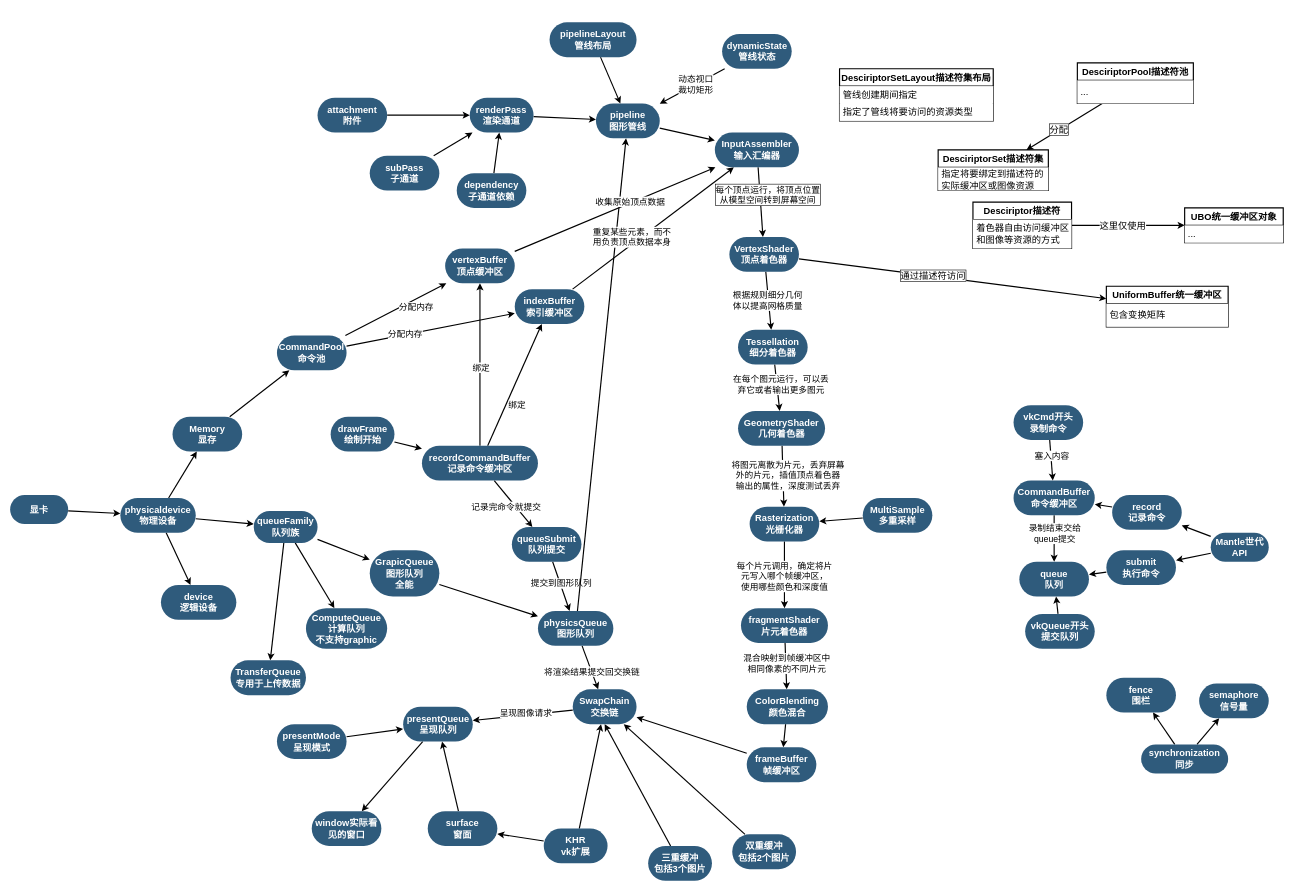
The draw.io diagram LearningVulkan/LearningVulkan/vulkan.drawio in unphics/vulkan_tutorial_note, before the edit. Source tidied: cells renumbered, new cells numbered last; positions are measured from the earlier drawing's top-left corner, leaving out a move shared by most shapes. Both pictures are drawn from the tidied source at 58%, with x=0, y=0 at pixel (10, 22).
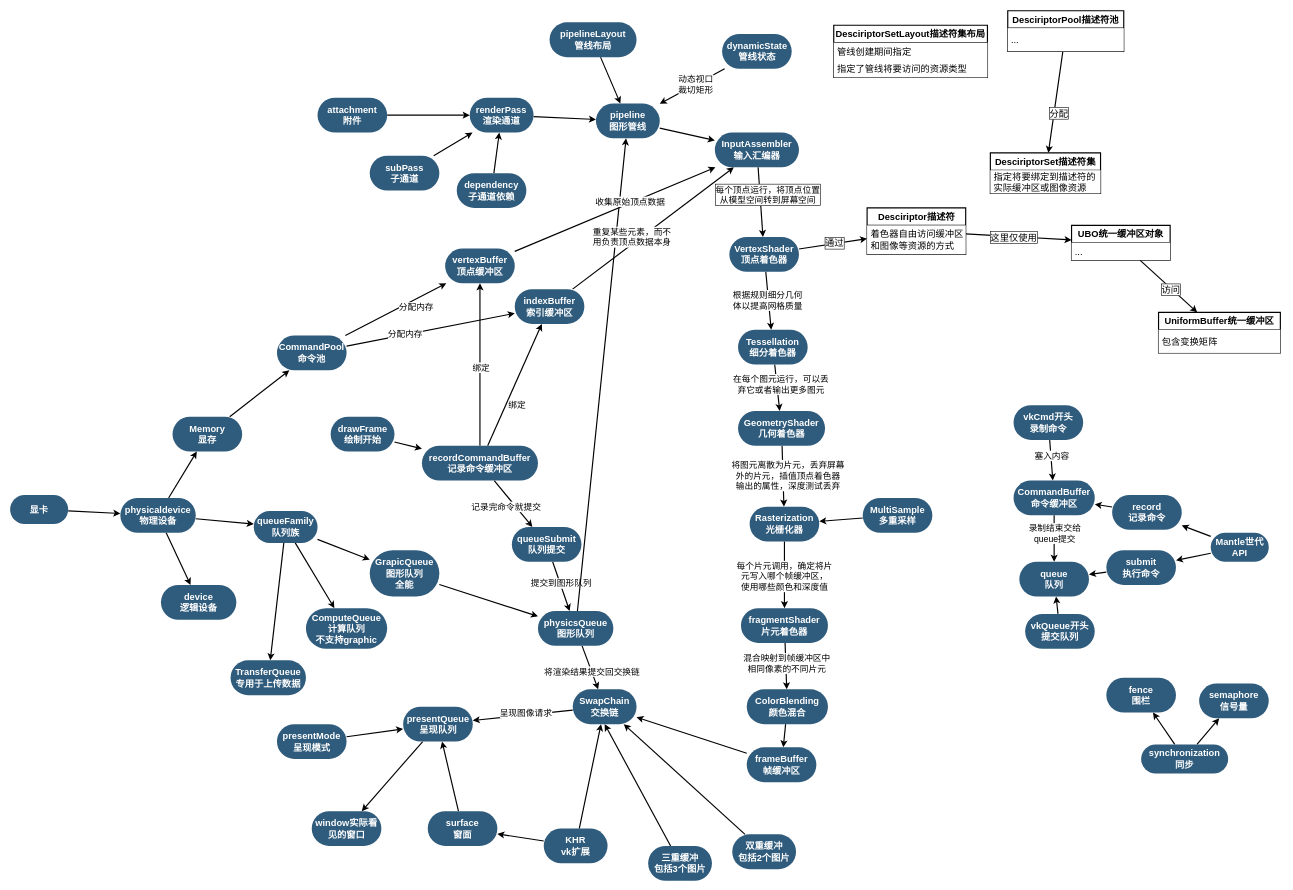
After the change.

The change refers to these unchanged cells:
```xml
<mxCell id="101" value="VertexShader顶点着色器" style="whiteSpace=wrap;html=1;fontSize=16;fillColor=#2F5B7C;strokeColor=none;fontColor=#FFFFFF;rounded=1;shadow=0;labelBackgroundColor=none;strokeWidth=3;fontStyle=1;spacing=5;arcSize=50;" parent="1" vertex="1">
  <mxGeometry x="1240" y="370" width="120" height="60" as="geometry" />
</mxCell>
<mxCell id="125" style="edgeStyle=none;rounded=0;jettySize=auto;html=1;strokeWidth=2;fontSize=16;fontColor=#000000;" parent="1" edge="1" source="127" target="140">
  <mxGeometry relative="1" as="geometry" />
</mxCell>
```

Change to the diagram source:
```diff
@@
-    <mxCell id="99" style="edgeStyle=none;rounded=0;jettySize=auto;html=1;strokeWidth=2;fontSize=16;fontColor=#FFFFFF;" parent="1" edge="1" source="101" target="129">
-      <mxGeometry relative="1" as="geometry" />
-    </mxCell>
-    <mxCell id="100" value="&lt;font style=&quot;&quot;&gt;通过描述符访问&lt;/font&gt;" style="edgeLabel;html=1;align=center;verticalAlign=middle;fontSize=16;fontColor=#000000;labelBorderColor=default;spacingTop=0;spacing=5;labelBackgroundColor=#FFFFFF;horizontal=1;" parent="99" vertex="1">
-      <mxGeometry x="-0.13" y="1" relative="1" as="geometry" />
-    </mxCell>
+    <mxCell id="142" style="rounded=0;jettySize=auto;html=1;strokeWidth=2;" parent="1" edge="1" source="101" target="127">
+      <mxGeometry relative="1" as="geometry" />
+    </mxCell>
+    <mxCell id="143" value="通过" style="edgeLabel;html=1;align=center;verticalAlign=middle;fontSize=16;labelBorderColor=default;" parent="142" vertex="1">
+      <mxGeometry x="0.28" y="-1" relative="1" as="geometry">
+        <mxPoint x="-15" as="offset" />
+      </mxGeometry>
+    </mxCell>
@@
-    <mxCell id="126" value="这里仅使用" style="edgeLabel;html=1;align=center;verticalAlign=middle;fontSize=16;fontColor=#000000;" parent="125" vertex="1">
+    <mxCell id="126" value="这里仅使用" style="edgeLabel;html=1;align=center;verticalAlign=middle;fontSize=16;fontColor=#000000;labelBorderColor=default;" parent="125" vertex="1">
       <mxGeometry x="0.23" y="1" relative="1" as="geometry">
-        <mxPoint x="-33" y="1" as="offset" />
+        <mxPoint x="-30" as="offset" />
       </mxGeometry>
     </mxCell>
     <mxCell id="127" value="&lt;font color=&quot;#000000&quot;&gt;Desciriptor描述符&lt;/font&gt;" style="swimlane;fontStyle=1;horizontal=1;startSize=30;rounded=0;shadow=0;glass=0;sketch=0;strokeWidth=2;fillColor=#FFFFFF;fontColor=#FFFFFF;fontSize=16;html=1;whiteSpace=wrap;" parent="1" vertex="1">
-      <mxGeometry x="1660" y="310" width="170" height="80" as="geometry" />
+      <mxGeometry x="1477.5" y="320" width="170" height="80" as="geometry" />
     </mxCell>
@@
     <mxCell id="129" value="&lt;font color=&quot;#000000&quot;&gt;UniformBuffer统一缓冲区&lt;/font&gt;" style="swimlane;fontStyle=1;horizontal=1;startSize=30;rounded=0;shadow=0;glass=0;sketch=0;strokeWidth=2;fillColor=#FFFFFF;fontColor=#FFFFFF;fontSize=16;html=1;whiteSpace=wrap;" parent="1" vertex="1">
-      <mxGeometry x="1890" y="455" width="210" height="70" as="geometry" />
+      <mxGeometry x="1980" y="500" width="210" height="70" as="geometry" />
     </mxCell>
@@
     <mxCell id="131" value="&lt;font color=&quot;#000000&quot;&gt;DesciriptorSetLayout描述符集布局&lt;/font&gt;" style="swimlane;fontStyle=1;horizontal=1;startSize=30;rounded=0;shadow=0;glass=0;sketch=0;strokeWidth=2;fillColor=#FFFFFF;fontColor=#FFFFFF;fontSize=16;html=1;whiteSpace=wrap;" parent="1" vertex="1">
-      <mxGeometry x="1430" y="80" width="265" height="90" as="geometry" />
+      <mxGeometry x="1420" y="5" width="265" height="90" as="geometry" />
     </mxCell>
@@
     <mxCell id="136" value="&lt;font color=&quot;#000000&quot;&gt;DesciriptorPool描述符池&lt;/font&gt;" style="swimlane;fontStyle=1;horizontal=1;startSize=30;rounded=0;shadow=0;glass=0;sketch=0;strokeWidth=2;fillColor=#FFFFFF;fontColor=#FFFFFF;fontSize=16;html=1;whiteSpace=wrap;" parent="1" vertex="1">
-      <mxGeometry x="1840" y="70" width="200" height="70" as="geometry" />
+      <mxGeometry x="1720" y="-20" width="200" height="70" as="geometry" />
     </mxCell>
@@
     <mxCell id="138" value="&lt;font color=&quot;#000000&quot;&gt;DesciriptorSet描述符集&lt;/font&gt;" style="swimlane;fontStyle=1;horizontal=1;startSize=30;rounded=0;shadow=0;glass=0;sketch=0;strokeWidth=2;fillColor=#FFFFFF;fontColor=#FFFFFF;fontSize=16;html=1;whiteSpace=wrap;" parent="1" vertex="1">
-      <mxGeometry x="1600" y="220" width="190" height="70" as="geometry" />
+      <mxGeometry x="1690" y="225" width="190" height="70" as="geometry" />
     </mxCell>
@@
+    <mxCell id="144" style="edgeStyle=none;rounded=0;jettySize=auto;html=1;strokeWidth=2;" parent="1" edge="1" source="140" target="129">
+      <mxGeometry relative="1" as="geometry" />
+    </mxCell>
+    <mxCell id="145" value="&lt;font style=&quot;font-size: 16px;&quot;&gt;访问&lt;/font&gt;" style="edgeLabel;html=1;align=center;verticalAlign=middle;labelBorderColor=default;" parent="144" vertex="1">
+      <mxGeometry x="0.21" y="-1" relative="1" as="geometry">
+        <mxPoint x="-7" y="-5" as="offset" />
+      </mxGeometry>
+    </mxCell>
     <mxCell id="140" value="&lt;font color=&quot;#000000&quot;&gt;UBO统一缓冲区对象&lt;/font&gt;" style="swimlane;fontStyle=1;horizontal=1;startSize=30;rounded=0;shadow=0;glass=0;sketch=0;strokeWidth=2;fillColor=#FFFFFF;fontColor=#FFFFFF;fontSize=16;html=1;whiteSpace=wrap;" parent="1" vertex="1">
-      <mxGeometry x="2025" y="320" width="170" height="60" as="geometry" />
+      <mxGeometry x="1830" y="350" width="170" height="60" as="geometry" />
     </mxCell>
```
